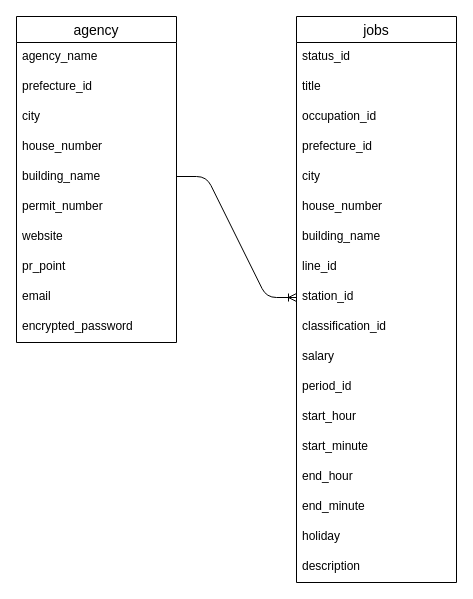
This is page "ER図" (1 of 2) of er.dio from eiyahigaki/amatsu, a draw.io file, before an edit. Source tidied: cells renumbered, new cells numbered last; positions are measured from the earlier drawing's top-left corner, leaving out a move shared by most shapes. Both pictures are drawn from the tidied source at 100%, with x=0, y=0 at pixel (16, 16).
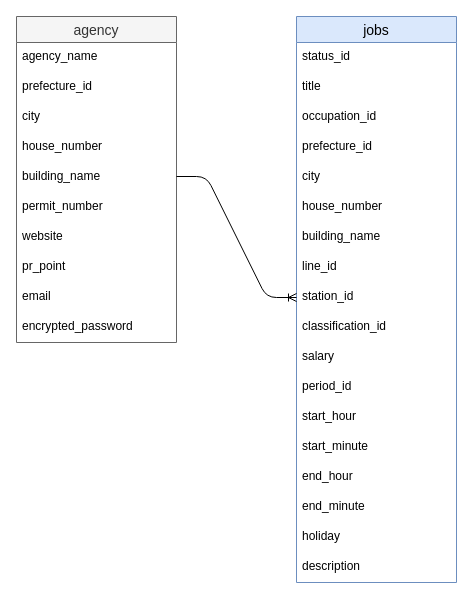
The same diagram, later.

The edit, as a diff of the source:
```diff
@@
-    <mxCell id="2" value="jobs" style="swimlane;fontStyle=0;horizontal=1;startSize=26;align=center;fontSize=14;" parent="1" vertex="1">
+    <mxCell id="2" value="jobs" style="swimlane;fontStyle=0;horizontal=1;startSize=26;align=center;fontSize=14;fillColor=#dae8fc;strokeColor=#6c8ebf;fontColor=#000000;" parent="1" vertex="1">
       <mxGeometry x="280" width="160" height="566" as="geometry" />
     </mxCell>
@@
-    <mxCell id="21" value="agency" style="swimlane;fontStyle=0;horizontal=1;startSize=26;align=center;fontSize=14;" parent="1" vertex="1">
+    <mxCell id="21" value="agency" style="swimlane;fontStyle=0;horizontal=1;startSize=26;align=center;fontSize=14;fillColor=#f5f5f5;fontColor=#333333;strokeColor=#666666;" parent="1" vertex="1">
       <mxGeometry width="160" height="326" as="geometry" />
     </mxCell>
```
